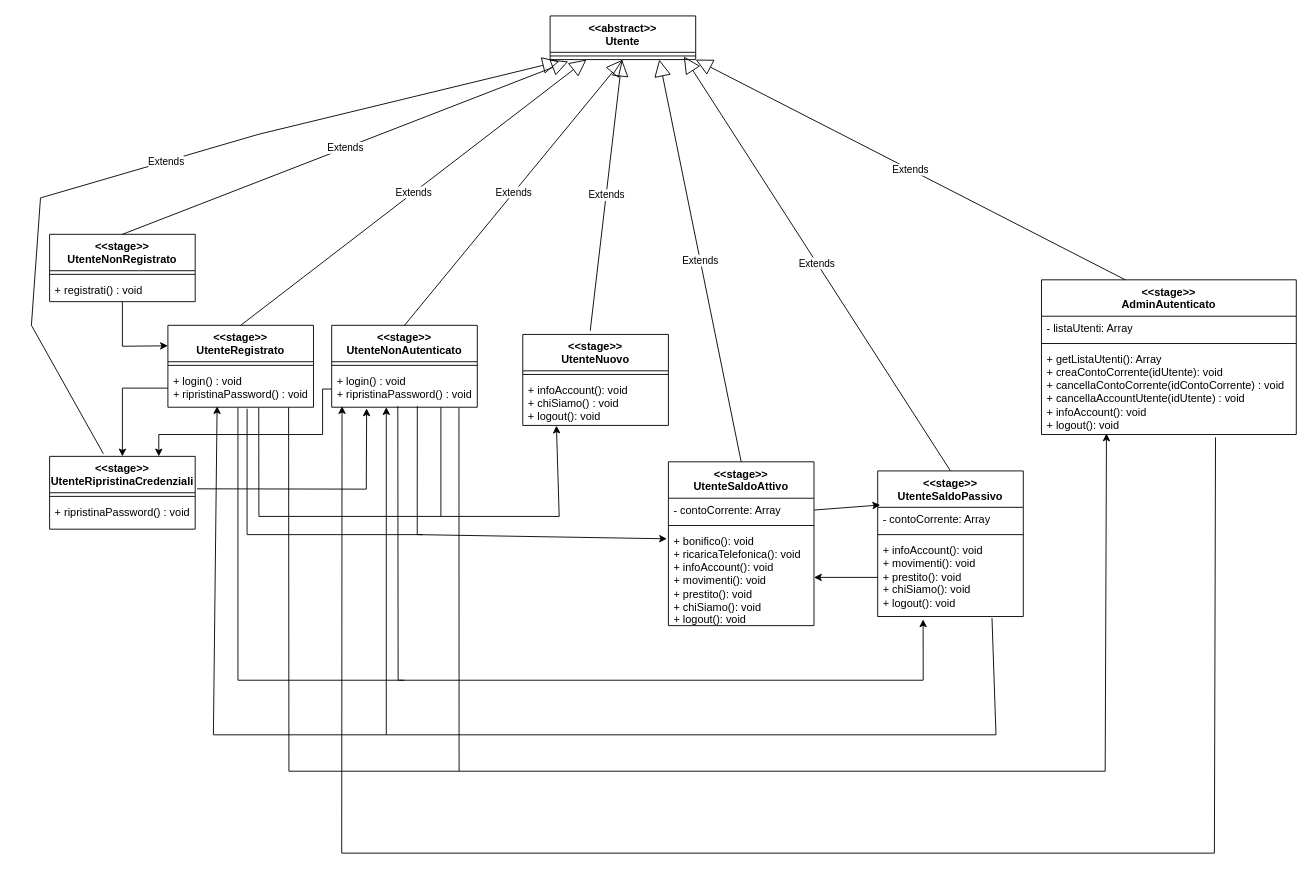
The draw.io diagram ClassDiagramStage.drawio in Ad-Dra/Stage_Pattern, before the edit. Source tidied: cells renumbered, new cells numbered last; positions are measured from the earlier drawing's top-left corner, leaving out a move shared by most shapes. Both pictures are drawn from the tidied source at 91%, with x=0, y=0 at pixel (31, 15).
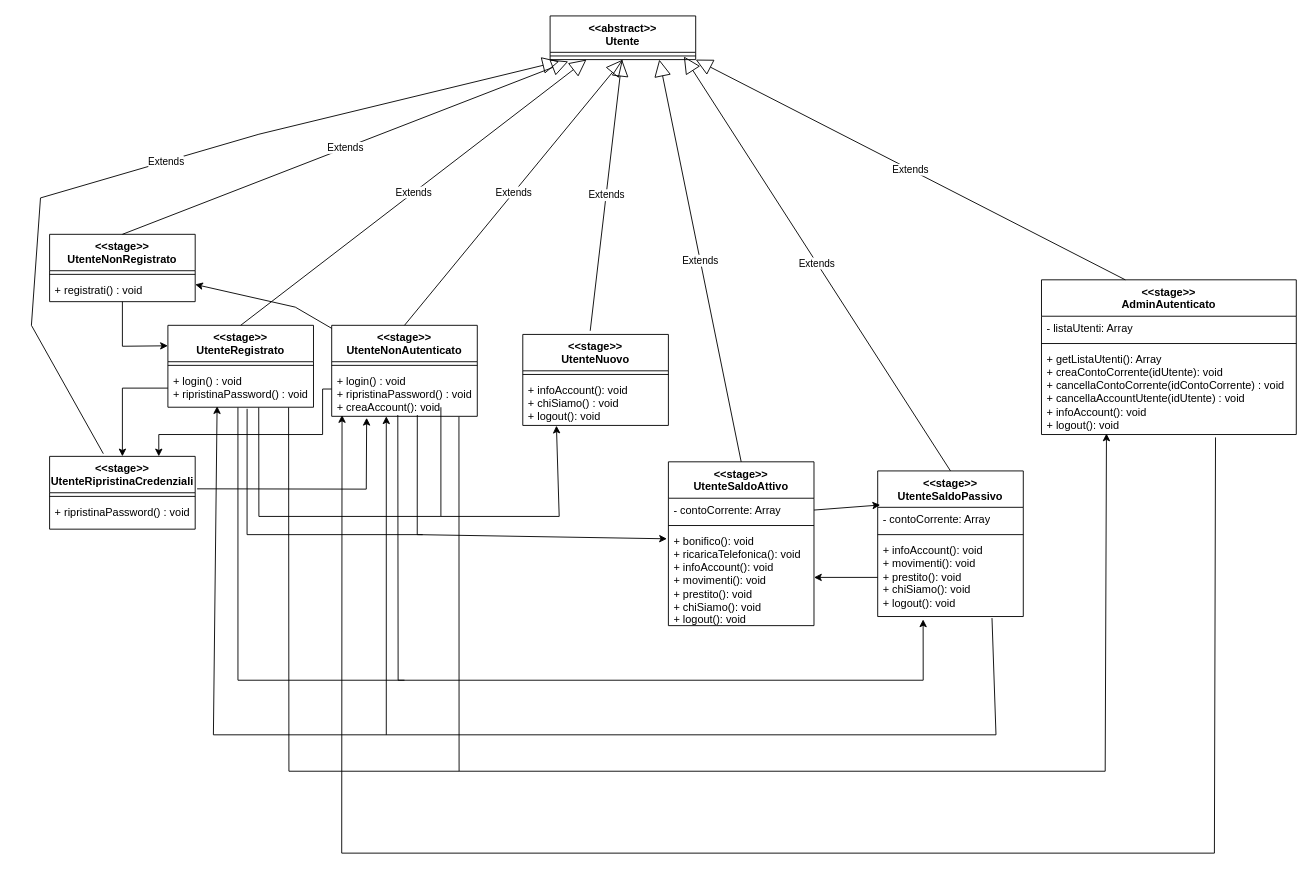
Above is the later version.

Unchanged cells that the change refers to:
```xml
<mxCell id="4" value="&amp;lt;&amp;lt;stage&amp;gt;&amp;gt;&lt;br&gt;UtenteNonRegistrato" style="swimlane;fontStyle=1;align=center;verticalAlign=top;horizontal=1;startSize=40;whiteSpace=wrap;html=1;" parent="1" vertex="1">
  <mxGeometry x="20" y="240" width="160" height="74" as="geometry" />
</mxCell>
```

Change to the diagram source:
```diff
@@
     <mxCell id="17" value="&amp;lt;&amp;lt;stage&amp;gt;&amp;gt;&lt;br&gt;UtenteNonAutenticato" style="swimlane;fontStyle=1;align=center;verticalAlign=top;horizontal=1;startSize=40;whiteSpace=wrap;html=1;" parent="1" vertex="1">
-      <mxGeometry x="330" y="340" width="160" height="90" as="geometry" />
+      <mxGeometry x="330" y="340" width="160" height="100" as="geometry" />
     </mxCell>
@@
-    <mxCell id="19" value="+ login() : void&lt;br&gt;+ ripristinaPassword() : void" style="text;strokeColor=none;fillColor=none;align=left;verticalAlign=top;spacingLeft=4;spacingRight=4;overflow=hidden;points=[[0,0.5],[1,0.5]];portConstraint=eastwest;whiteSpace=wrap;html=1;" parent="17" vertex="1">
-      <mxGeometry y="48" width="160" height="42" as="geometry" />
+    <mxCell id="19" value="+ login() : void&lt;br&gt;+ ripristinaPassword() : void&lt;br&gt;+ creaAccount(): void" style="text;strokeColor=none;fillColor=none;align=left;verticalAlign=top;spacingLeft=4;spacingRight=4;overflow=hidden;points=[[0,0.5],[1,0.5]];portConstraint=eastwest;whiteSpace=wrap;html=1;" parent="17" vertex="1">
+      <mxGeometry y="48" width="160" height="52" as="geometry" />
     </mxCell>
@@
+    <mxCell id="56" style="endArrow=classic;html=1;rounded=0;" parent="1" edge="1" source="17" target="4">
+      <mxGeometry relative="1" as="geometry">
+        <Array as="points">
+          <mxPoint x="290" y="320" />
+        </Array>
+      </mxGeometry>
+    </mxCell>
```
